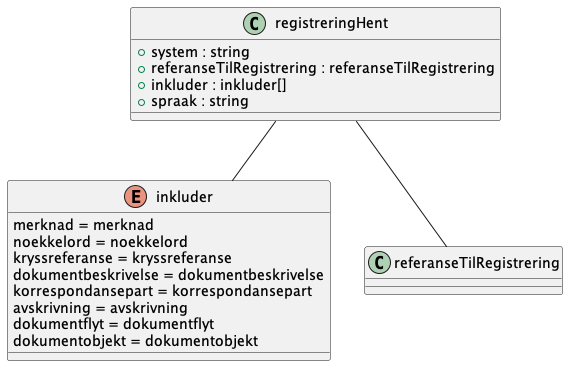
Before: Dokumentasjon/V1/SchemaModels/no/ks/fiks/arkiv/v1/innsyn/registrering/hent-relations.png, a diagram exported from PlantUML (ks-no/fiks-arkiv-specification). Source of this version:
```plantuml
@startuml

enum inkluder {
    merknad = merknad
    noekkelord = noekkelord
    kryssreferanse = kryssreferanse
    dokumentbeskrivelse = dokumentbeskrivelse
    korrespondansepart = korrespondansepart
    avskrivning = avskrivning
    dokumentflyt = dokumentflyt
    dokumentobjekt = dokumentobjekt
}
class registreringHent {
    +system : string
    +referanseTilRegistrering : referanseTilRegistrering
    +inkluder : inkluder[]
    +spraak : string
}
registreringHent -- referanseTilRegistrering
registreringHent -- inkluder

@enduml
```
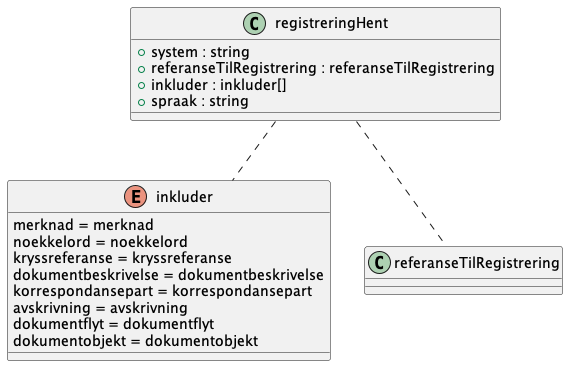
The same file after the commit.

Change to the diagram source:
```diff
@@ -1,22 +1,7 @@
 @startuml
+!include hent.pu
 
-enum inkluder {
-    merknad = merknad
-    noekkelord = noekkelord
-    kryssreferanse = kryssreferanse
-    dokumentbeskrivelse = dokumentbeskrivelse
-    korrespondansepart = korrespondansepart
-    avskrivning = avskrivning
-    dokumentflyt = dokumentflyt
-    dokumentobjekt = dokumentobjekt
-}
-class registreringHent {
-    +system : string
-    +referanseTilRegistrering : referanseTilRegistrering
-    +inkluder : inkluder[]
-    +spraak : string
-}
-registreringHent -- referanseTilRegistrering
-registreringHent -- inkluder
+registreringHent .. referanseTilRegistrering
+registreringHent .. inkluder
 
 @enduml
```
